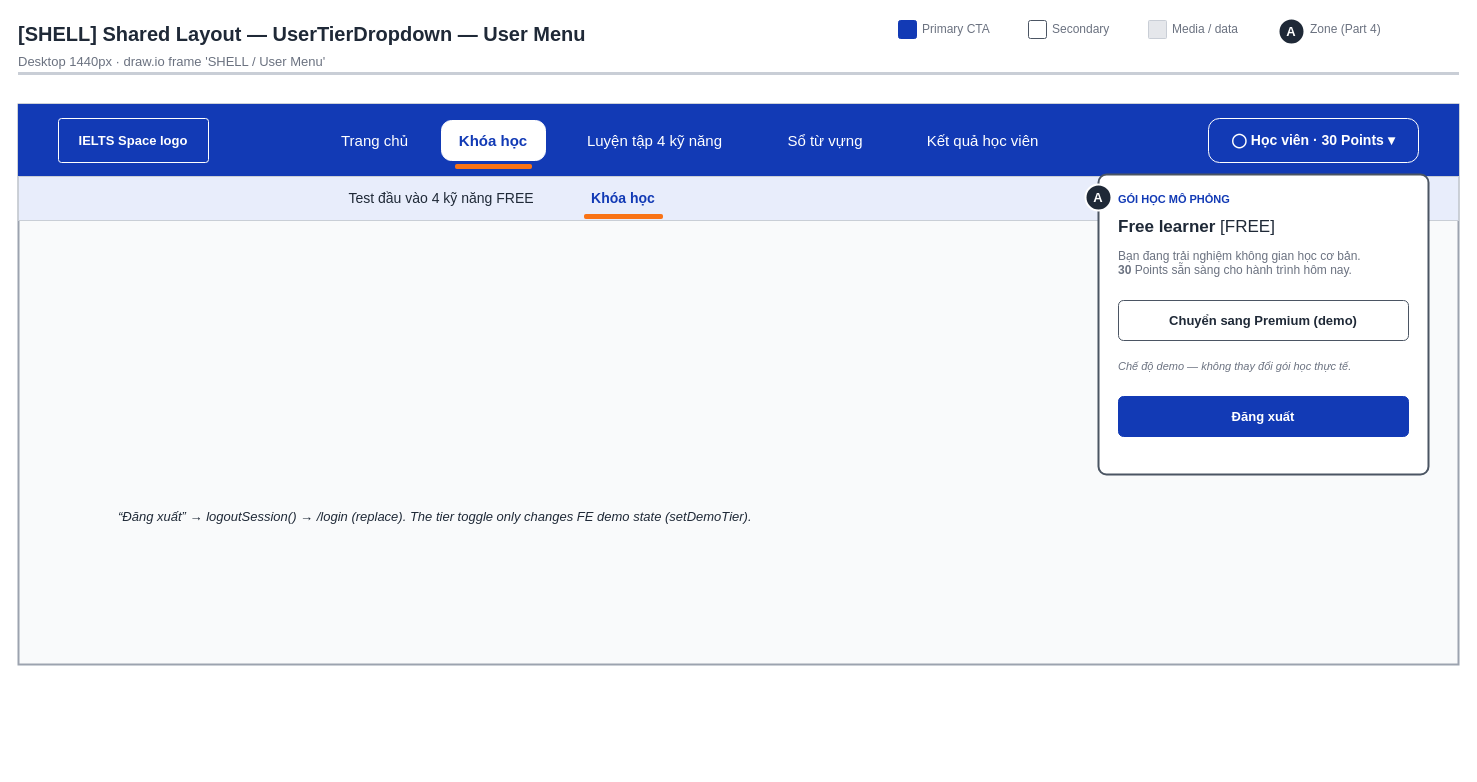
The draw.io diagram page "SHELL / User Menu" (2 of 5) of wireframes/screens/SHELL_SharedLayout.drawio in IeltsPath-Platform/docs, before the edit. Source tidied: cells renumbered, new cells numbered last; positions are measured from the earlier drawing's top-left corner, leaving out a move shared by most shapes. Both pictures are drawn from the tidied source at 100%, with x=0, y=0 at pixel (18, 18).
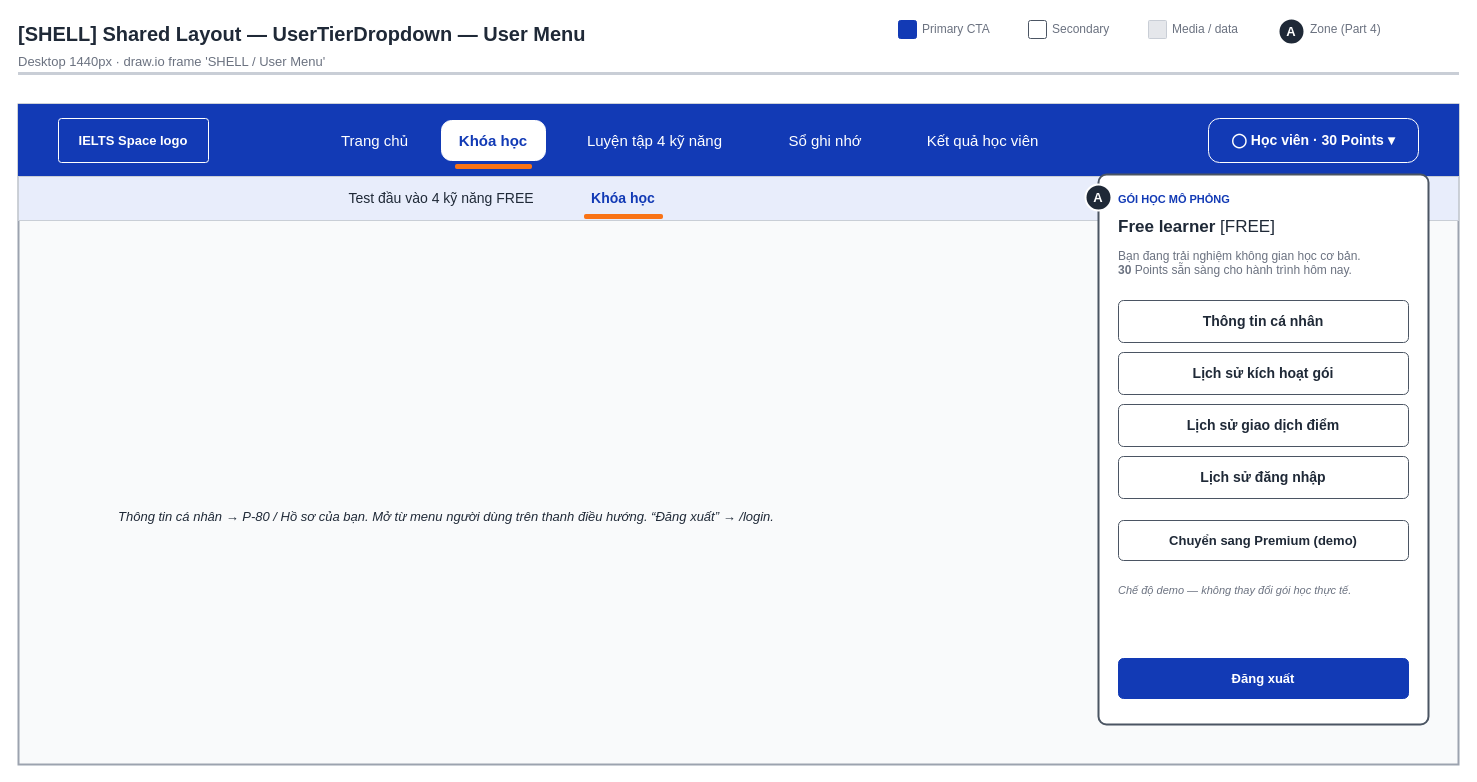
The same page after the edit.

Change to the diagram source:
```diff
@@
     <mxCell id="13" style="rounded=0;arcSize=0;absoluteArcSize=1;whiteSpace=wrap;html=1;fillColor=#F9FAFB;strokeColor=#9CA3AF;strokeWidth=2;fontFamily=Arial;fontSize=14;fontColor=#1F2937;align=center;verticalAlign=middle;spacingLeft=8;spacingRight=8;" parent="1" vertex="1">
-      <mxGeometry y="86" width="1440" height="560" as="geometry" />
+      <mxGeometry y="86" width="1440" height="660" as="geometry" />
     </mxCell>
@@
-    <mxCell id="20" value="Sổ từ vựng" style="text;html=1;whiteSpace=wrap;align=center;verticalAlign=middle;fontFamily=Arial;fontSize=15;fontColor=#FFFFFF;fontStyle=0;spacing=0;" parent="1" vertex="1">
+    <mxCell id="20" value="Sổ ghi nhớ" style="text;html=1;whiteSpace=wrap;align=center;verticalAlign=middle;fontFamily=Arial;fontSize=15;fontColor=#FFFFFF;fontStyle=0;spacing=0;" parent="1" vertex="1">
       <mxGeometry x="746" y="102" width="122" height="40" as="geometry" />
     </mxCell>
@@
     <mxCell id="27" style="rounded=1;arcSize=16;absoluteArcSize=1;whiteSpace=wrap;html=1;fillColor=#FFFFFF;strokeColor=#4B5563;strokeWidth=2;fontFamily=Arial;fontSize=14;fontColor=#1F2937;align=center;verticalAlign=middle;spacingLeft=8;spacingRight=8;" parent="1" vertex="1">
-      <mxGeometry x="1080" y="156" width="330" height="300" as="geometry" />
+      <mxGeometry x="1080" y="156" width="330" height="550" as="geometry" />
     </mxCell>
@@
-    <mxCell id="32" value="Chuyển sang Premium (demo)" style="rounded=1;arcSize=10;absoluteArcSize=1;whiteSpace=wrap;html=1;fillColor=#FFFFFF;strokeColor=#4B5563;strokeWidth=1;fontFamily=Arial;fontSize=13;fontColor=#1F2937;align=center;verticalAlign=middle;spacingLeft=8;spacingRight=8;fontStyle=1;" parent="1" vertex="1">
-      <mxGeometry x="1100" y="282" width="290" height="40" as="geometry" />
+    <mxCell id="32" value="Thông tin cá nhân" style="rounded=1;arcSize=10;absoluteArcSize=1;whiteSpace=wrap;html=1;fillColor=#FFFFFF;strokeColor=#4B5563;strokeWidth=1;fontFamily=Arial;fontSize=14;fontColor=#1F2937;align=center;verticalAlign=middle;spacingLeft=8;spacingRight=8;fontStyle=1;" parent="1" vertex="1">
+      <mxGeometry x="1100" y="282" width="290" height="42" as="geometry" />
     </mxCell>
-    <mxCell id="33" value="Chế độ demo — không thay đổi gói học thực tế." style="text;html=1;whiteSpace=wrap;align=left;verticalAlign=middle;fontFamily=Arial;fontSize=11;fontColor=#6B7280;fontStyle=2;spacing=0;" parent="1" vertex="1">
-      <mxGeometry x="1100" y="330" width="290" height="36" as="geometry" />
+    <mxCell id="33" value="Lịch sử kích hoạt gói" style="rounded=1;arcSize=10;absoluteArcSize=1;whiteSpace=wrap;html=1;fillColor=#FFFFFF;strokeColor=#4B5563;strokeWidth=1;fontFamily=Arial;fontSize=14;fontColor=#1F2937;align=center;verticalAlign=middle;spacingLeft=8;spacingRight=8;fontStyle=1;" parent="1" vertex="1">
+      <mxGeometry x="1100" y="334" width="290" height="42" as="geometry" />
     </mxCell>
-    <mxCell id="34" value="Đăng xuất" style="rounded=1;arcSize=10;absoluteArcSize=1;whiteSpace=wrap;html=1;fillColor=#123AB5;strokeColor=#123AB5;strokeWidth=1;fontFamily=Arial;fontSize=13;fontColor=#FFFFFF;align=center;verticalAlign=middle;spacingLeft=8;spacingRight=8;fontStyle=1;" parent="1" vertex="1">
-      <mxGeometry x="1100" y="378" width="290" height="40" as="geometry" />
+    <mxCell id="34" value="Lịch sử giao dịch điểm" style="rounded=1;arcSize=10;absoluteArcSize=1;whiteSpace=wrap;html=1;fillColor=#FFFFFF;strokeColor=#4B5563;strokeWidth=1;fontFamily=Arial;fontSize=14;fontColor=#1F2937;align=center;verticalAlign=middle;spacingLeft=8;spacingRight=8;fontStyle=1;" parent="1" vertex="1">
+      <mxGeometry x="1100" y="386" width="290" height="42" as="geometry" />
     </mxCell>
-    <mxCell id="35" value="“Đăng xuất” → logoutSession() → /login (replace). The tier toggle only changes FE demo state (setDemoTier)." style="text;html=1;whiteSpace=wrap;align=left;verticalAlign=top;fontFamily=Arial;fontSize=13;fontColor=#1F2937;fontStyle=2;spacing=0;" parent="1" vertex="1">
-      <mxGeometry x="100" y="486" width="900" height="50" as="geometry" />
+    <mxCell id="35" value="Lịch sử đăng nhập" style="rounded=1;arcSize=10;absoluteArcSize=1;whiteSpace=wrap;html=1;fillColor=#FFFFFF;strokeColor=#4B5563;strokeWidth=1;fontFamily=Arial;fontSize=14;fontColor=#1F2937;align=center;verticalAlign=middle;spacingLeft=8;spacingRight=8;fontStyle=1;" parent="1" vertex="1">
+      <mxGeometry x="1100" y="438" width="290" height="42" as="geometry" />
     </mxCell>
+    <mxCell id="36" value="Chuyển sang Premium (demo)" style="rounded=1;arcSize=10;absoluteArcSize=1;whiteSpace=wrap;html=1;fillColor=#FFFFFF;strokeColor=#4B5563;strokeWidth=1;fontFamily=Arial;fontSize=13;fontColor=#1F2937;align=center;verticalAlign=middle;spacingLeft=8;spacingRight=8;fontStyle=1;" parent="1" vertex="1">
+      <mxGeometry x="1100" y="502" width="290" height="40" as="geometry" />
+    </mxCell>
+    <mxCell id="37" value="Chế độ demo — không thay đổi gói học thực tế." style="text;html=1;whiteSpace=wrap;align=left;verticalAlign=middle;fontFamily=Arial;fontSize=11;fontColor=#6B7280;fontStyle=2;spacing=0;" parent="1" vertex="1">
+      <mxGeometry x="1100" y="552" width="290" height="40" as="geometry" />
+    </mxCell>
+    <mxCell id="38" value="Đăng xuất" style="rounded=1;arcSize=10;absoluteArcSize=1;whiteSpace=wrap;html=1;fillColor=#123AB5;strokeColor=#123AB5;strokeWidth=1;fontFamily=Arial;fontSize=13;fontColor=#FFFFFF;align=center;verticalAlign=middle;spacingLeft=8;spacingRight=8;fontStyle=1;" parent="1" vertex="1">
+      <mxGeometry x="1100" y="640" width="290" height="40" as="geometry" />
+    </mxCell>
+    <mxCell id="39" value="Thông tin cá nhân → P-80 / Hồ sơ của bạn. Mở từ menu người dùng trên thanh điều hướng. “Đăng xuất” → /login." style="text;html=1;whiteSpace=wrap;align=left;verticalAlign=top;fontFamily=Arial;fontSize=13;fontColor=#1F2937;fontStyle=2;spacing=0;" parent="1" vertex="1">
+      <mxGeometry x="100" y="486" width="900" height="50" as="geometry" />
+    </mxCell>
```
